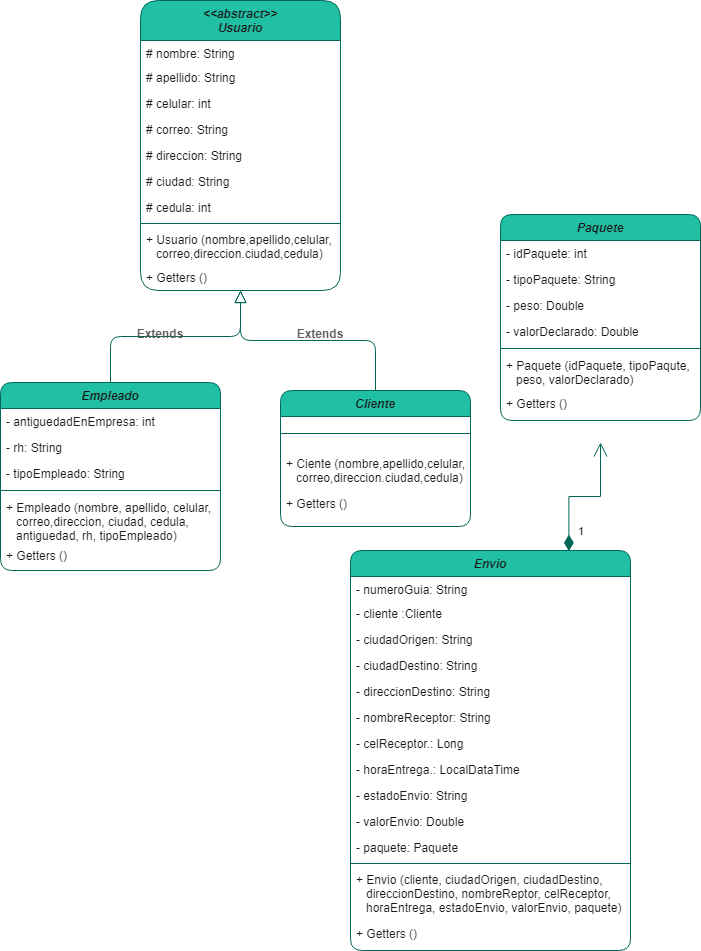
Above: Diagrama-proyectoIntegrador.drawio.png in Pipe1098/ProyectoIntegrador (draw.io), before the change. Source tidied: cells renumbered, new cells last; positions are measured from the earlier drawing's top-left corner, leaving out a move shared by most shapes.
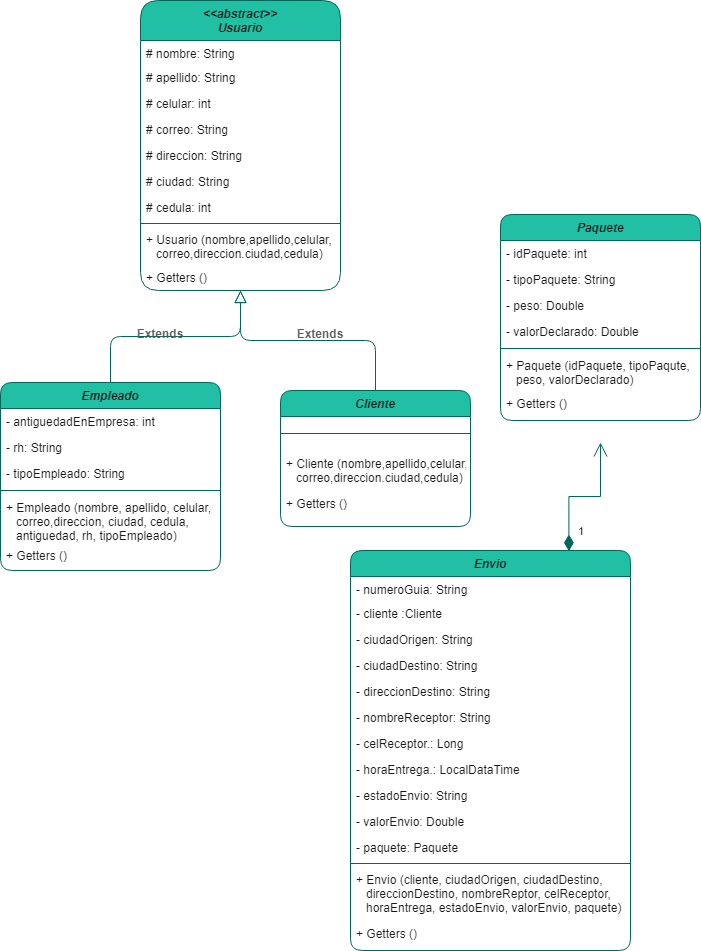
The same file after the commit.

Diff of the diagram source:
```diff
@@ -65,7 +65,7 @@
     <mxCell id="22" style="line;html=1;strokeWidth=1;align=left;verticalAlign=middle;spacingTop=-1;spacingLeft=3;spacingRight=3;labelPosition=right;rounded=1;labelBackgroundColor=none;fillColor=#21C0A5;strokeColor=#006658;fontColor=#5C5C5C;" parent="21" vertex="1">
       <mxGeometry y="26" width="190" height="34" as="geometry" />
     </mxCell>
-    <mxCell id="23" value="+ Ciente (nombre,apellido,celular,&#10;   correo,direccion.ciudad,cedula)&#10;" style="text;align=left;verticalAlign=top;spacingLeft=4;spacingRight=4;overflow=hidden;rounded=1;labelBackgroundColor=default;fontColor=#191919;" parent="21" vertex="1">
+    <mxCell id="23" value="+ Cliente (nombre,apellido,celular,&#10;   correo,direccion.ciudad,cedula)&#10;" style="text;align=left;verticalAlign=top;spacingLeft=4;spacingRight=4;overflow=hidden;rounded=1;labelBackgroundColor=default;fontColor=#191919;" parent="21" vertex="1">
       <mxGeometry y="60" width="190" height="40" as="geometry" />
     </mxCell>
     <mxCell id="24" value="+ Getters ()&#10;" style="text;align=left;verticalAlign=top;spacingLeft=4;spacingRight=4;overflow=hidden;rounded=1;shadow=0;html=0;labelBackgroundColor=none;fontColor=#191919;" parent="21" vertex="1">
```
